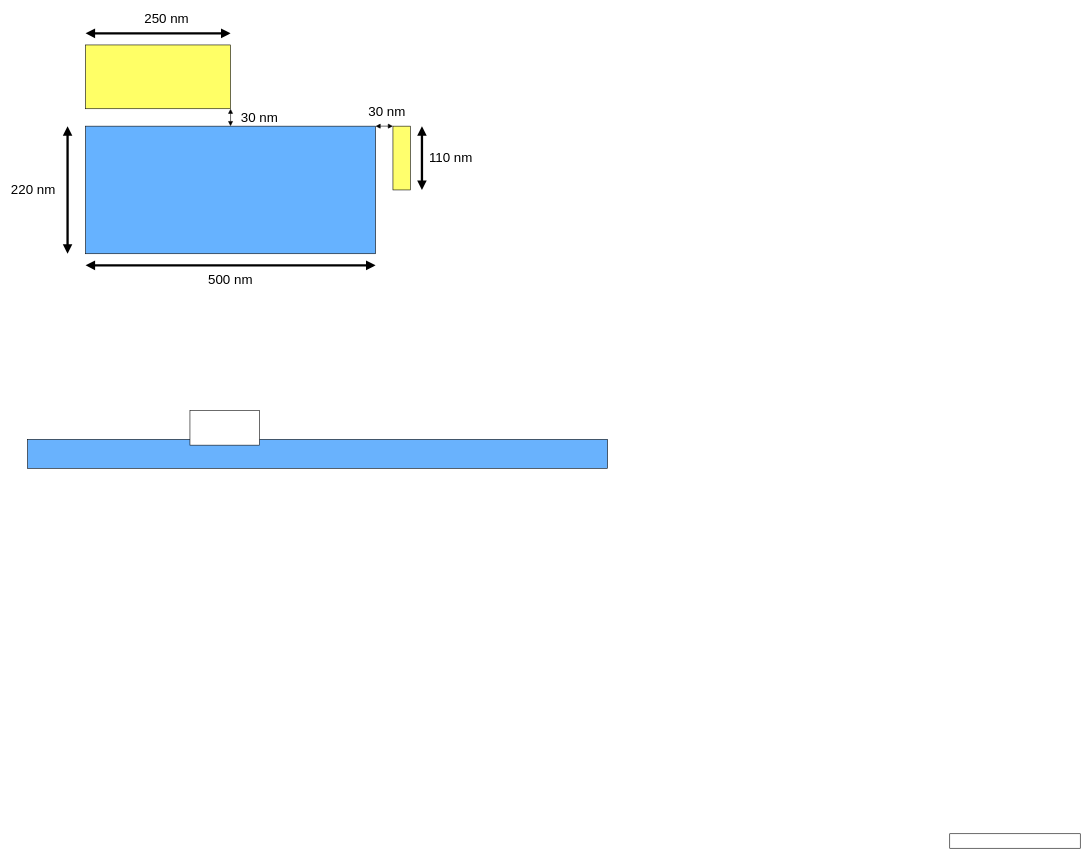
This is page "HPR 90 Front view" (1 of 3) of Diagram/Picture Diagram.drawio from Akhmadi14/HPR-Paper, a draw.io file, before an edit. Source tidied: cells renumbered, new cells numbered last; positions are measured from the earlier drawing's top-left corner, leaving out a move shared by most shapes. Both pictures are drawn from the tidied source at 58%, with x=0, y=0 at pixel (10, 10).
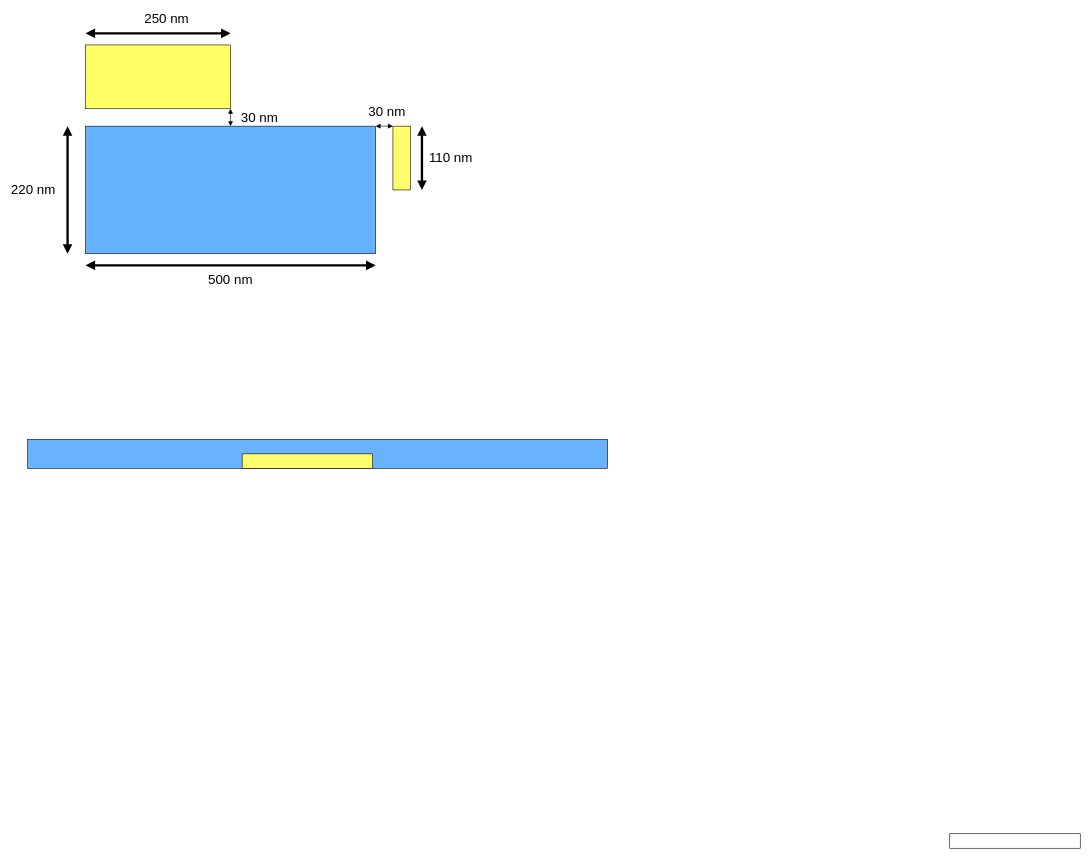
After the change.

Diff of the diagram source:
```diff
@@
-    <mxCell id="19" style="rounded=0;whiteSpace=wrap;html=1;" parent="1" vertex="1">
-      <mxGeometry x="310" y="690" width="120" height="60" as="geometry" />
+    <mxCell id="19" style="rounded=0;whiteSpace=wrap;html=1;fillColor=light-dark(#ffff6d, #ededed);" parent="1" vertex="1">
+      <mxGeometry x="400" y="765" width="225" height="25" as="geometry" />
     </mxCell>
```
